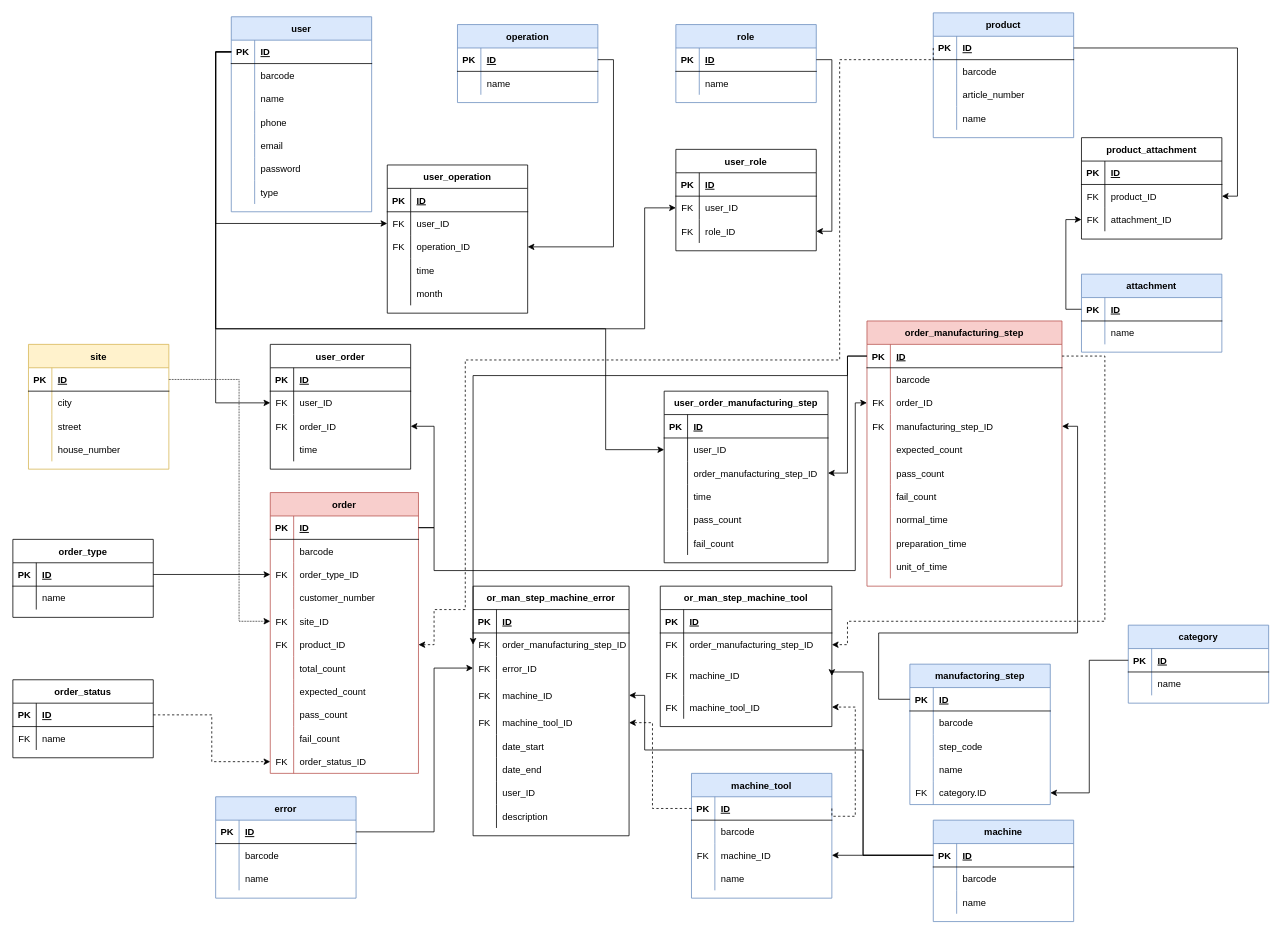
Above: DOC/diagrams/database_plan_2_0_0.drawio in KerteszZoltan/mesterminal (draw.io), before the change. Source tidied: cells renumbered, new cells numbered last; positions are measured from the earlier drawing's top-left corner, leaving out a move shared by most shapes. Both pictures are drawn from the tidied source at 78%, with x=0, y=0 at pixel (12, 12).
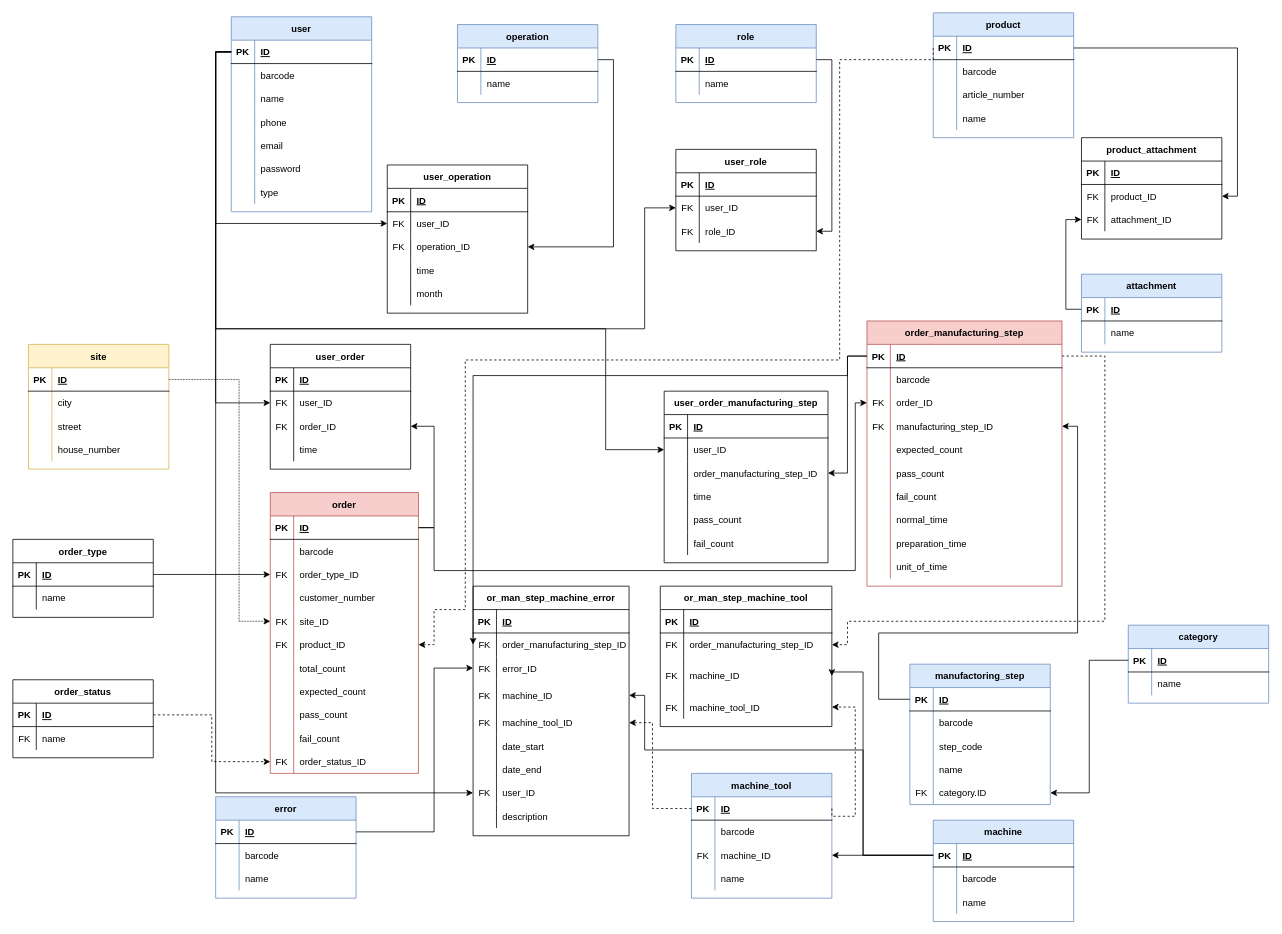
The same diagram, later.

Unchanged cells that the change refers to:
```xml
<mxCell id="3" style="shape=partialRectangle;fillColor=none;top=0;left=0;bottom=1;right=0;points=[[0,0.5],[1,0.5]];portConstraint=eastwest;" parent="2" vertex="1">
  <mxGeometry y="30" width="180" height="30" as="geometry" />
</mxCell>
<mxCell id="149" style="shape=partialRectangle;fillColor=none;top=0;left=0;bottom=0;right=0;points=[[0,0.5],[1,0.5]];portConstraint=eastwest;" parent="127" vertex="1">
  <mxGeometry y="250" width="200" height="30" as="geometry" />
</mxCell>
```

What changed in the source:
```diff
@@
-    <mxCell id="150" style="shape=partialRectangle;fillColor=none;top=0;left=0;bottom=0;right=0;overflow=hidden;" parent="149" vertex="1">
+    <mxCell id="150" value="FK" style="shape=partialRectangle;fillColor=none;top=0;left=0;bottom=0;right=0;overflow=hidden;" parent="149" vertex="1">
       <mxGeometry width="30" height="30" as="geometry" />
     </mxCell>
@@
+    <mxCell id="340" style="edgeStyle=orthogonalEdgeStyle;rounded=0;jettySize=auto;html=1;exitX=0;exitY=0.5;exitDx=0;exitDy=0;entryX=0;entryY=0.5;entryDx=0;entryDy=0;" parent="1" edge="1" source="3" target="149">
+      <mxGeometry relative="1" as="geometry" />
+    </mxCell>
```
